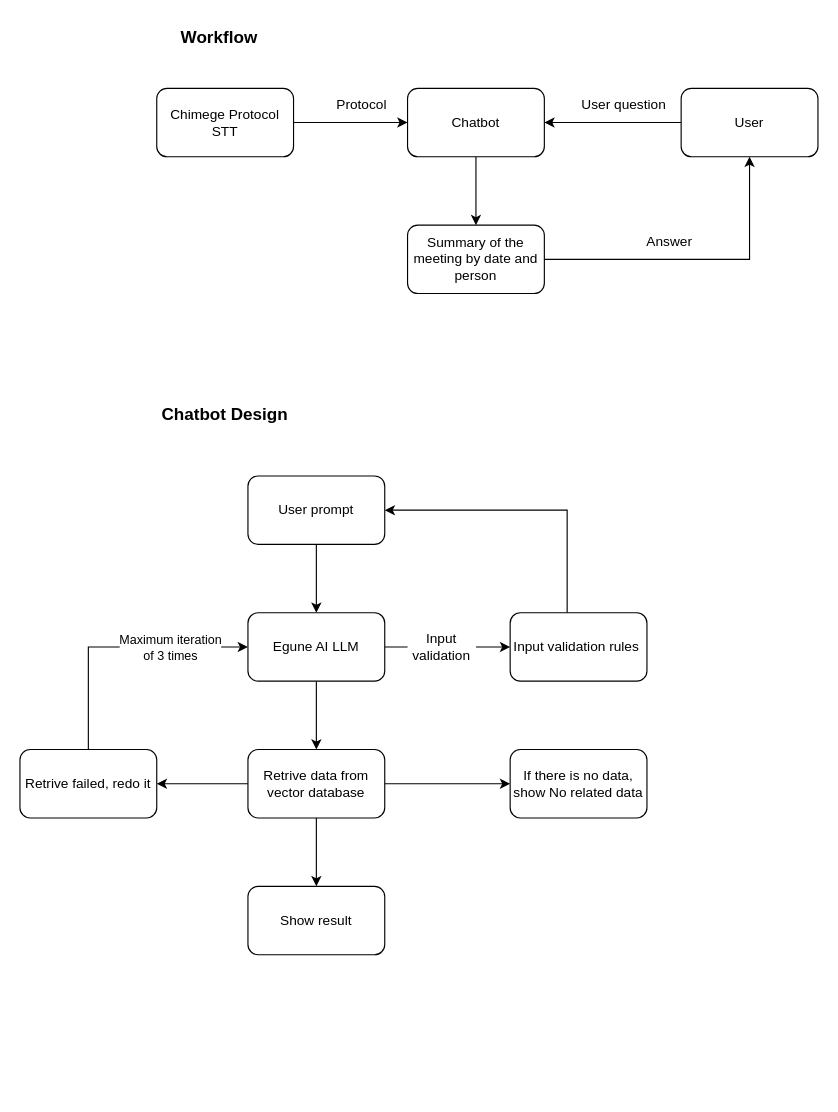
Before: chimege-protocol-chatbot.drawio in orchlonn/design-doc, a draw.io diagram. Source tidied: cells renumbered, new cells numbered last; positions are measured from the earlier drawing's top-left corner, leaving out a move shared by most shapes. Both pictures are drawn from the tidied source at 114%, with x=0, y=0 at pixel (19, 19).
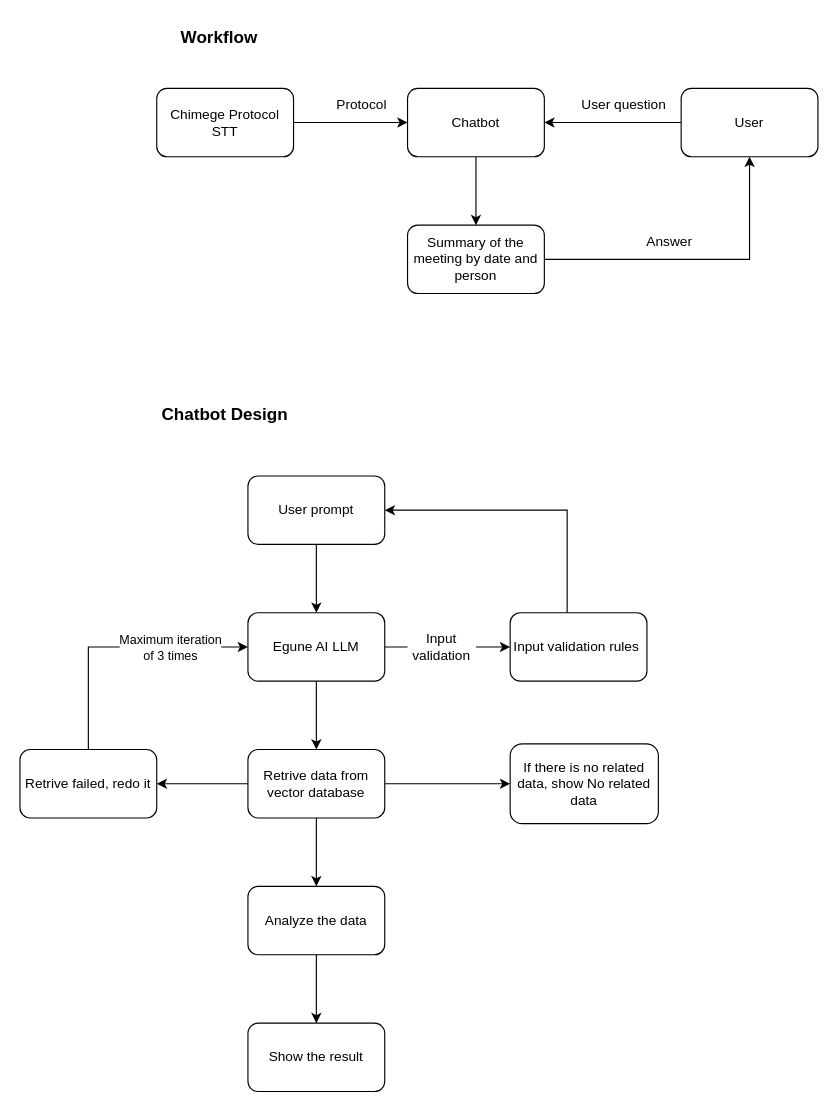
After the change.

Change to the diagram source:
```diff
@@
+    <mxCell id="32" style="edgeStyle=none;html=1;" parent="1" edge="1" source="29" target="33">
+      <mxGeometry relative="1" as="geometry" />
+    </mxCell>
-    <mxCell id="29" value="Show result" style="rounded=1;whiteSpace=wrap;html=1;" parent="1" vertex="1">
+    <mxCell id="29" value="Analyze the data" style="rounded=1;whiteSpace=wrap;html=1;" parent="1" vertex="1">
       <mxGeometry x="200" y="760" width="120" height="60" as="geometry" />
     </mxCell>
@@
-    <mxCell id="31" value="If there is no data, show No related data" style="whiteSpace=wrap;html=1;rounded=1;" parent="1" vertex="1">
-      <mxGeometry x="430" y="640" width="120" height="60" as="geometry" />
+    <mxCell id="31" value="If there is no related data, show No related data" style="whiteSpace=wrap;html=1;rounded=1;" parent="1" vertex="1">
+      <mxGeometry x="430" y="635" width="130" height="70" as="geometry" />
     </mxCell>
+    <mxCell id="33" value="Show the result" style="rounded=1;whiteSpace=wrap;html=1;" parent="1" vertex="1">
+      <mxGeometry x="200" y="880" width="120" height="60" as="geometry" />
+    </mxCell>
```
